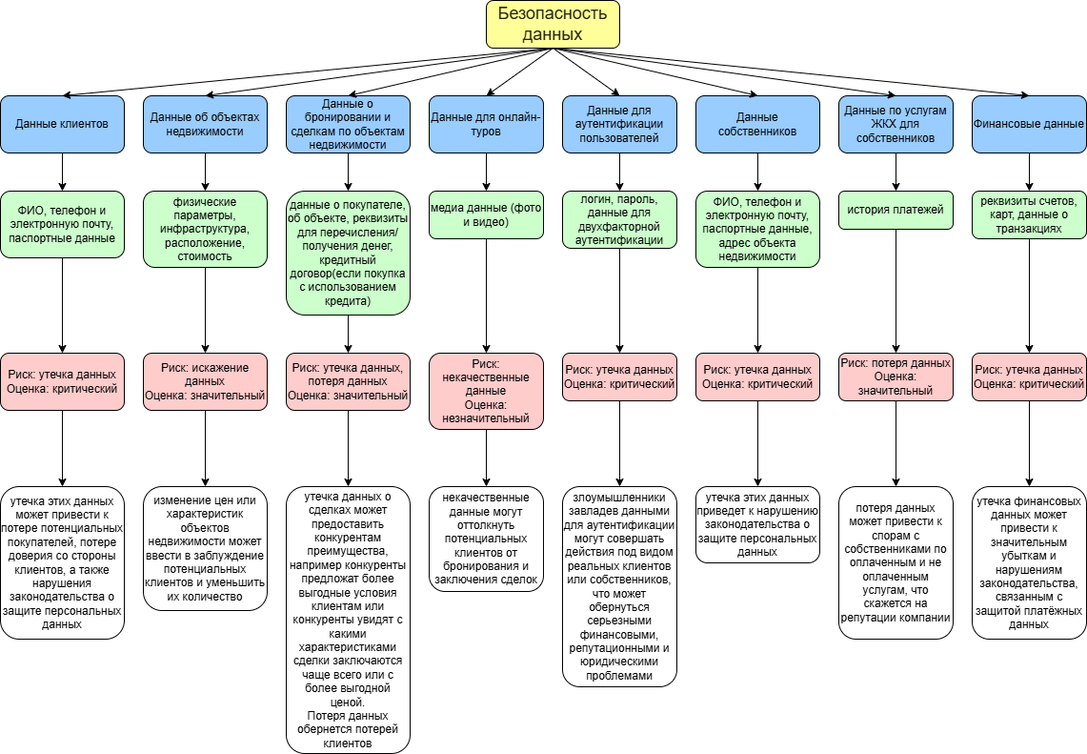
kihana/architecture-propdevelopment keeps this draw.io diagram as Task1/sprint7_task1.png. Above is the earlier version. Source tidied: cells renumbered, new cells last; positions are measured from the earlier drawing's top-left corner, leaving out a move shared by most shapes.
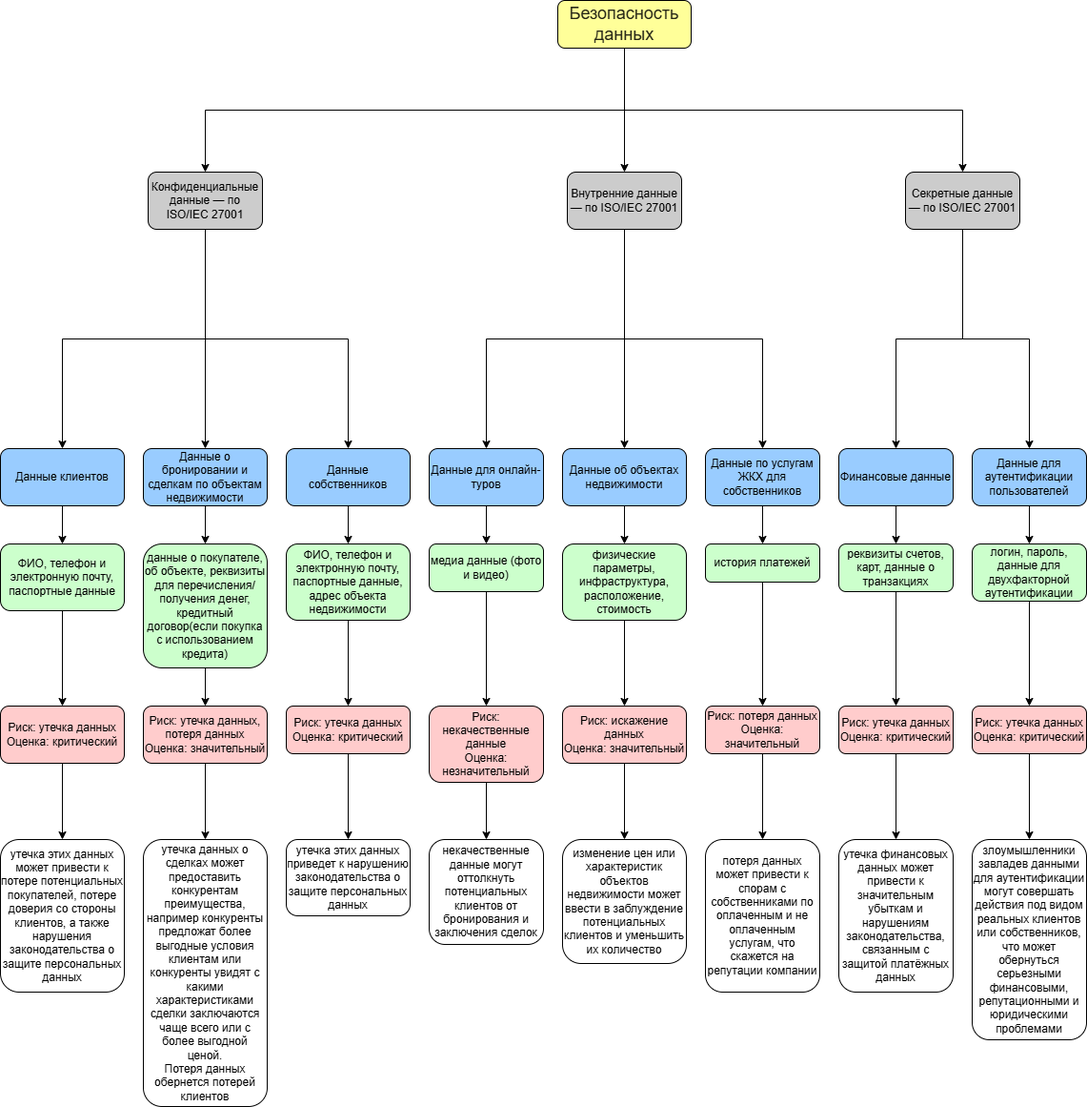
After the commit.

The edit, as a diff of the source:
```diff
@@ -4,53 +4,38 @@
     <mxCell id="1" parent="0" />
+    <mxCell id="67" style="edgeStyle=orthogonalEdgeStyle;rounded=0;jettySize=auto;html=1;exitX=0.5;exitY=1;exitDx=0;exitDy=0;entryX=0.5;entryY=0;entryDx=0;entryDy=0;" parent="1" edge="1" source="2" target="73">
+      <mxGeometry relative="1" as="geometry" />
+    </mxCell>
+    <mxCell id="68" style="edgeStyle=orthogonalEdgeStyle;rounded=0;jettySize=auto;html=1;exitX=0.5;exitY=1;exitDx=0;exitDy=0;entryX=0.5;entryY=0;entryDx=0;entryDy=0;" parent="1" edge="1" source="2" target="77">
+      <mxGeometry relative="1" as="geometry" />
+    </mxCell>
+    <mxCell id="69" style="edgeStyle=orthogonalEdgeStyle;rounded=0;jettySize=auto;html=1;exitX=0.5;exitY=1;exitDx=0;exitDy=0;entryX=0.5;entryY=0;entryDx=0;entryDy=0;" parent="1" edge="1" source="2" target="80">
+      <mxGeometry relative="1" as="geometry" />
+    </mxCell>
     <mxCell id="2" value="&lt;span style=&quot;color: rgba(0, 0, 0, 0.85); font-family: &amp;quot;YS Text&amp;quot;, sans-serif; font-size: 18px; text-align: start; white-space-collapse: preserve;&quot;&gt;Безопасность данных&lt;/span&gt;" style="rounded=1;whiteSpace=wrap;html=1;fillColor=#FFFF99;" parent="1" vertex="1">
-      <mxGeometry x="510" width="140" height="50" as="geometry" />
+      <mxGeometry x="605" width="140" height="50" as="geometry" />
     </mxCell>
     <mxCell id="3" value="Данные клиентов" style="rounded=1;whiteSpace=wrap;html=1;fillColor=#99CCFF;" parent="1" vertex="1">
-      <mxGeometry y="100" width="130" height="60" as="geometry" />
+      <mxGeometry x="20" y="470" width="130" height="60" as="geometry" />
     </mxCell>
     <mxCell id="4" value="Данные об объектах недвижимости" style="rounded=1;whiteSpace=wrap;html=1;fillColor=#99CCFF;" parent="1" vertex="1">
-      <mxGeometry x="150" y="100" width="130" height="60" as="geometry" />
+      <mxGeometry x="610" y="470" width="130" height="60" as="geometry" />
     </mxCell>
     <mxCell id="5" value="Данные о бронировании и сделкам по объектам недвижимости" style="rounded=1;whiteSpace=wrap;html=1;fillColor=#99CCFF;" parent="1" vertex="1">
-      <mxGeometry x="300" y="100" width="130" height="60" as="geometry" />
+      <mxGeometry x="170" y="470" width="130" height="60" as="geometry" />
     </mxCell>
     <mxCell id="6" value="Данные для онлайн-туров" style="rounded=1;whiteSpace=wrap;html=1;fillColor=#99CCFF;" parent="1" vertex="1">
-      <mxGeometry x="450" y="100" width="120" height="60" as="geometry" />
+      <mxGeometry x="470" y="470" width="120" height="60" as="geometry" />
     </mxCell>
     <mxCell id="7" value="Данные для аутентификации пользователей" style="rounded=1;whiteSpace=wrap;html=1;fillColor=#99CCFF;" parent="1" vertex="1">
-      <mxGeometry x="590" y="100" width="120" height="60" as="geometry" />
+      <mxGeometry x="1040" y="470" width="120" height="60" as="geometry" />
     </mxCell>
     <mxCell id="8" value="Данные по услугам ЖКХ для собственников" style="rounded=1;whiteSpace=wrap;html=1;fillColor=#99CCFF;" parent="1" vertex="1">
-      <mxGeometry x="880" y="100" width="120" height="60" as="geometry" />
+      <mxGeometry x="760" y="470" width="120" height="60" as="geometry" />
     </mxCell>
     <mxCell id="9" value="Финансовые данные" style="rounded=1;whiteSpace=wrap;html=1;fillColor=#99CCFF;" parent="1" vertex="1">
-      <mxGeometry x="1020" y="100" width="120" height="60" as="geometry" />
+      <mxGeometry x="900" y="470" width="120" height="60" as="geometry" />
     </mxCell>
-    <mxCell id="10" style="endArrow=classic;html=1;rounded=0;exitX=0.5;exitY=1;exitDx=0;exitDy=0;entryX=0.5;entryY=0;entryDx=0;entryDy=0;" parent="1" edge="1" source="2" target="3">
-      <mxGeometry relative="1" as="geometry" />
-    </mxCell>
-    <mxCell id="11" style="endArrow=classic;html=1;rounded=0;exitX=0.5;exitY=1;exitDx=0;exitDy=0;entryX=0.5;entryY=0;entryDx=0;entryDy=0;" parent="1" edge="1" source="2" target="4">
-      <mxGeometry relative="1" as="geometry" />
-    </mxCell>
-    <mxCell id="12" style="endArrow=classic;html=1;rounded=0;exitX=0.5;exitY=1;exitDx=0;exitDy=0;entryX=0.5;entryY=0;entryDx=0;entryDy=0;" parent="1" edge="1" source="2" target="5">
-      <mxGeometry relative="1" as="geometry" />
-    </mxCell>
-    <mxCell id="13" style="endArrow=classic;html=1;rounded=0;exitX=0.5;exitY=1;exitDx=0;exitDy=0;entryX=0.5;entryY=0;entryDx=0;entryDy=0;" parent="1" edge="1" source="2" target="6">
-      <mxGeometry relative="1" as="geometry" />
-    </mxCell>
-    <mxCell id="14" style="endArrow=classic;html=1;rounded=0;exitX=0.5;exitY=1;exitDx=0;exitDy=0;entryX=0.5;entryY=0;entryDx=0;entryDy=0;" parent="1" edge="1" source="2" target="7">
-      <mxGeometry relative="1" as="geometry" />
-    </mxCell>
-    <mxCell id="15" style="endArrow=classic;html=1;rounded=0;exitX=0.5;exitY=1;exitDx=0;exitDy=0;entryX=0.5;entryY=0;entryDx=0;entryDy=0;" parent="1" edge="1" source="2" target="8">
-      <mxGeometry relative="1" as="geometry" />
-    </mxCell>
-    <mxCell id="16" style="endArrow=classic;html=1;rounded=0;exitX=0.5;exitY=1;exitDx=0;exitDy=0;entryX=0.5;entryY=0;entryDx=0;entryDy=0;" parent="1" edge="1" source="2" target="9">
-      <mxGeometry relative="1" as="geometry" />
-    </mxCell>
     <mxCell id="17" value="Данные собственников" style="rounded=1;whiteSpace=wrap;html=1;fillColor=#99CCFF;" parent="1" vertex="1">
-      <mxGeometry x="730" y="100" width="130" height="60" as="geometry" />
+      <mxGeometry x="320" y="470" width="130" height="60" as="geometry" />
     </mxCell>
-    <mxCell id="18" style="endArrow=classic;html=1;rounded=0;exitX=0.5;exitY=1;exitDx=0;exitDy=0;entryX=0.5;entryY=0;entryDx=0;entryDy=0;" parent="1" edge="1" source="2" target="17">
-      <mxGeometry relative="1" as="geometry" />
-    </mxCell>
     <mxCell id="19" style="endArrow=classic;html=1;rounded=0;exitX=0.5;exitY=1;exitDx=0;exitDy=0;" parent="1" edge="1" source="3" target="20">
@@ -59,24 +44,24 @@
     <mxCell id="20" value="ФИО, телефон и электронную почту, паспортные данные" style="rounded=1;whiteSpace=wrap;html=1;fillColor=#CCFFCC;" parent="1" vertex="1">
-      <mxGeometry y="200" width="130" height="70" as="geometry" />
+      <mxGeometry x="20" y="570" width="130" height="70" as="geometry" />
     </mxCell>
     <mxCell id="21" value="физические параметры, инфраструктура, расположение, стоимость" style="rounded=1;whiteSpace=wrap;html=1;fillColor=#CCFFCC;" parent="1" vertex="1">
-      <mxGeometry x="150" y="200" width="130" height="80" as="geometry" />
+      <mxGeometry x="610" y="570" width="130" height="80" as="geometry" />
     </mxCell>
     <mxCell id="22" value="данные о покупателе, об объекте, реквизиты для перечисления/получения денег, кредитный договор(если покупка с использованием кредита)" style="rounded=1;whiteSpace=wrap;html=1;fillColor=#CCFFCC;" parent="1" vertex="1">
-      <mxGeometry x="300" y="200" width="130" height="130" as="geometry" />
+      <mxGeometry x="170" y="570" width="130" height="130" as="geometry" />
     </mxCell>
     <mxCell id="23" value="медиа данные (фото и видео)" style="rounded=1;whiteSpace=wrap;html=1;fillColor=#CCFFCC;" parent="1" vertex="1">
-      <mxGeometry x="450" y="200" width="120" height="50" as="geometry" />
+      <mxGeometry x="470" y="570" width="120" height="50" as="geometry" />
     </mxCell>
     <mxCell id="24" value="логин, пароль, данные для двухфакторной аутентификации" style="rounded=1;whiteSpace=wrap;html=1;fillColor=#CCFFCC;" parent="1" vertex="1">
-      <mxGeometry x="590" y="200" width="120" height="60" as="geometry" />
+      <mxGeometry x="1040" y="570" width="120" height="60" as="geometry" />
     </mxCell>
     <mxCell id="25" value="ФИО, телефон и электронную почту, паспортные данные, адрес объекта недвижимости" style="rounded=1;whiteSpace=wrap;html=1;fillColor=#CCFFCC;" parent="1" vertex="1">
-      <mxGeometry x="730" y="200" width="130" height="80" as="geometry" />
+      <mxGeometry x="320" y="570" width="130" height="80" as="geometry" />
     </mxCell>
     <mxCell id="26" value="история платежей" style="rounded=1;whiteSpace=wrap;html=1;fillColor=#CCFFCC;" parent="1" vertex="1">
-      <mxGeometry x="880" y="200" width="120" height="40" as="geometry" />
+      <mxGeometry x="760" y="570" width="120" height="40" as="geometry" />
     </mxCell>
     <mxCell id="27" value="реквизиты счетов, карт, данные о транзакциях" style="rounded=1;whiteSpace=wrap;html=1;fillColor=#CCFFCC;" parent="1" vertex="1">
-      <mxGeometry x="1020" y="200" width="120" height="50" as="geometry" />
+      <mxGeometry x="900" y="570" width="120" height="50" as="geometry" />
     </mxCell>
@@ -107,3 +92,3 @@
     <mxCell id="36" value="Риск: утечка данных&lt;div&gt;Оценка: критический&lt;/div&gt;" style="rounded=1;whiteSpace=wrap;html=1;fillColor=#FFCCCC;" parent="1" vertex="1">
-      <mxGeometry y="370" width="130" height="60" as="geometry" />
+      <mxGeometry x="20" y="740" width="130" height="60" as="geometry" />
     </mxCell>
@@ -113,3 +98,3 @@
     <mxCell id="38" value="Риск: искажение данных&lt;div&gt;Оценка: значительный&lt;/div&gt;" style="rounded=1;whiteSpace=wrap;html=1;fillColor=#FFCCCC;" parent="1" vertex="1">
-      <mxGeometry x="150" y="370" width="130" height="60" as="geometry" />
+      <mxGeometry x="610" y="740" width="130" height="60" as="geometry" />
     </mxCell>
@@ -119,3 +104,3 @@
     <mxCell id="40" value="Риск: утечка данных, потеря данных&lt;div&gt;Оценка: значительный&lt;/div&gt;" style="rounded=1;whiteSpace=wrap;html=1;fillColor=#FFCCCC;" parent="1" vertex="1">
-      <mxGeometry x="300" y="370" width="130" height="60" as="geometry" />
+      <mxGeometry x="170" y="740" width="130" height="60" as="geometry" />
     </mxCell>
@@ -125,3 +110,3 @@
     <mxCell id="42" value="Риск: некачественные данные&lt;div&gt;Оценка: незначительный&lt;/div&gt;" style="rounded=1;whiteSpace=wrap;html=1;fillColor=#FFCCCC;" parent="1" vertex="1">
-      <mxGeometry x="450" y="370" width="120" height="80" as="geometry" />
+      <mxGeometry x="470" y="740" width="120" height="80" as="geometry" />
     </mxCell>
@@ -131,3 +116,3 @@
     <mxCell id="44" value="Риск: утечка данных&lt;div&gt;Оценка: критический&lt;/div&gt;" style="rounded=1;whiteSpace=wrap;html=1;fillColor=#FFCCCC;" parent="1" vertex="1">
-      <mxGeometry x="590" y="370" width="120" height="50" as="geometry" />
+      <mxGeometry x="1040" y="740" width="120" height="50" as="geometry" />
     </mxCell>
@@ -137,3 +122,3 @@
     <mxCell id="46" value="Риск: утечка данных&lt;div&gt;Оценка: критический&lt;/div&gt;" style="rounded=1;whiteSpace=wrap;html=1;fillColor=#FFCCCC;" parent="1" vertex="1">
-      <mxGeometry x="730" y="370" width="130" height="50" as="geometry" />
+      <mxGeometry x="320" y="740" width="130" height="50" as="geometry" />
     </mxCell>
@@ -143,3 +128,3 @@
     <mxCell id="48" value="Риск: потеря данных&lt;div&gt;Оценка: значительный&lt;/div&gt;" style="rounded=1;whiteSpace=wrap;html=1;fillColor=#FFCCCC;" parent="1" vertex="1">
-      <mxGeometry x="880" y="370" width="120" height="50" as="geometry" />
+      <mxGeometry x="760" y="740" width="120" height="50" as="geometry" />
     </mxCell>
@@ -149,3 +134,3 @@
     <mxCell id="50" value="Риск: утечка данных&lt;div&gt;Оценка: критический&lt;/div&gt;" style="rounded=1;whiteSpace=wrap;html=1;fillColor=#FFCCCC;" parent="1" vertex="1">
-      <mxGeometry x="1020" y="370" width="120" height="50" as="geometry" />
+      <mxGeometry x="900" y="740" width="120" height="50" as="geometry" />
     </mxCell>
@@ -176,25 +161,58 @@
     <mxCell id="59" value="утечка этих данных может привести к потере потенциальных покупателей, потере доверия со стороны клиентов, а также нарушения законодательства о защите персональных данных" style="rounded=1;whiteSpace=wrap;html=1;" parent="1" vertex="1">
-      <mxGeometry y="510" width="130" height="160" as="geometry" />
+      <mxGeometry x="20" y="880" width="130" height="160" as="geometry" />
     </mxCell>
     <mxCell id="60" value="изменение цен или характеристик объектов недвижимости может ввести в заблуждение потенциальных клиентов и уменьшить их количество" style="rounded=1;whiteSpace=wrap;html=1;" parent="1" vertex="1">
-      <mxGeometry x="150" y="510" width="130" height="130" as="geometry" />
+      <mxGeometry x="610" y="880" width="130" height="130" as="geometry" />
     </mxCell>
     <mxCell id="61" value="утечка данных о сделках может предоставить конкурентам преимущества, например конкуренты предложат более выгодные условия клиентам или конкуренты увидят с какими характеристиками сделки заключаются чаще всего или с более выгодной ценой.&lt;div&gt;Потеря данных обернется потерей клиентов&lt;/div&gt;" style="rounded=1;whiteSpace=wrap;html=1;" parent="1" vertex="1">
-      <mxGeometry x="300" y="510" width="130" height="280" as="geometry" />
+      <mxGeometry x="170" y="880" width="130" height="280" as="geometry" />
     </mxCell>
     <mxCell id="62" value="некачественные данные могут оттолкнуть потенциальных клиентов от бронирования и заключения сделок" style="rounded=1;whiteSpace=wrap;html=1;" parent="1" vertex="1">
-      <mxGeometry x="450" y="510" width="120" height="110" as="geometry" />
+      <mxGeometry x="470" y="880" width="120" height="110" as="geometry" />
     </mxCell>
     <mxCell id="63" value="злоумышленники завладев данными для аутентификации могут совершать действия под видом реальных клиентов или собственников, что может обернуться серьезными финансовыми, репутационными и юридическими проблемами" style="rounded=1;whiteSpace=wrap;html=1;" parent="1" vertex="1">
-      <mxGeometry x="590" y="510" width="120" height="210" as="geometry" />
+      <mxGeometry x="1040" y="880" width="120" height="210" as="geometry" />
     </mxCell>
     <mxCell id="64" value="утечка этих данных приведет к нарушению законодательства о защите персональных данных" style="rounded=1;whiteSpace=wrap;html=1;" parent="1" vertex="1">
-      <mxGeometry x="730" y="510" width="130" height="80" as="geometry" />
+      <mxGeometry x="320" y="880" width="130" height="80" as="geometry" />
     </mxCell>
     <mxCell id="65" value="потеря данных может привести к спорам с собственниками по оплаченным и не оплаченным услугам, что скажется на репутации компании" style="rounded=1;whiteSpace=wrap;html=1;" parent="1" vertex="1">
-      <mxGeometry x="880" y="510" width="120" height="160" as="geometry" />
+      <mxGeometry x="760" y="880" width="120" height="160" as="geometry" />
     </mxCell>
     <mxCell id="66" value="утечка финансовых данных может привести к значительным убыткам и нарушениям законодательства, связанным с защитой платёжных данных" style="rounded=1;whiteSpace=wrap;html=1;" parent="1" vertex="1">
-      <mxGeometry x="1020" y="510" width="120" height="160" as="geometry" />
+      <mxGeometry x="900" y="880" width="120" height="160" as="geometry" />
     </mxCell>
+    <mxCell id="70" style="edgeStyle=orthogonalEdgeStyle;rounded=0;jettySize=auto;html=1;exitX=0.5;exitY=1;exitDx=0;exitDy=0;entryX=0.5;entryY=0;entryDx=0;entryDy=0;" parent="1" edge="1" source="73" target="3">
+      <mxGeometry relative="1" as="geometry" />
+    </mxCell>
+    <mxCell id="71" style="edgeStyle=orthogonalEdgeStyle;rounded=0;jettySize=auto;html=1;exitX=0.5;exitY=1;exitDx=0;exitDy=0;entryX=0.5;entryY=0;entryDx=0;entryDy=0;" parent="1" edge="1" source="73" target="5">
+      <mxGeometry relative="1" as="geometry" />
+    </mxCell>
+    <mxCell id="72" style="edgeStyle=orthogonalEdgeStyle;rounded=0;jettySize=auto;html=1;exitX=0.5;exitY=1;exitDx=0;exitDy=0;entryX=0.5;entryY=0;entryDx=0;entryDy=0;" parent="1" edge="1" source="73" target="17">
+      <mxGeometry relative="1" as="geometry" />
+    </mxCell>
+    <mxCell id="73" value="Конфиденциальные данные — по ISO/IEC 27001" style="rounded=1;whiteSpace=wrap;html=1;fillColor=#CCCCCC;" parent="1" vertex="1">
+      <mxGeometry x="175" y="180" width="120" height="60" as="geometry" />
+    </mxCell>
+    <mxCell id="74" style="edgeStyle=orthogonalEdgeStyle;rounded=0;jettySize=auto;html=1;exitX=0.5;exitY=1;exitDx=0;exitDy=0;entryX=0.5;entryY=0;entryDx=0;entryDy=0;" parent="1" edge="1" source="77" target="6">
+      <mxGeometry relative="1" as="geometry" />
+    </mxCell>
+    <mxCell id="75" style="edgeStyle=orthogonalEdgeStyle;rounded=0;jettySize=auto;html=1;exitX=0.5;exitY=1;exitDx=0;exitDy=0;entryX=0.5;entryY=0;entryDx=0;entryDy=0;" parent="1" edge="1" source="77" target="4">
+      <mxGeometry relative="1" as="geometry" />
+    </mxCell>
+    <mxCell id="76" style="edgeStyle=orthogonalEdgeStyle;rounded=0;jettySize=auto;html=1;exitX=0.5;exitY=1;exitDx=0;exitDy=0;entryX=0.5;entryY=0;entryDx=0;entryDy=0;" parent="1" edge="1" source="77" target="8">
+      <mxGeometry relative="1" as="geometry" />
+    </mxCell>
+    <mxCell id="77" value="Внутренние данные — по ISO/IEC 27001" style="rounded=1;whiteSpace=wrap;html=1;fillColor=#CCCCCC;" parent="1" vertex="1">
+      <mxGeometry x="615" y="180" width="120" height="60" as="geometry" />
+    </mxCell>
+    <mxCell id="78" style="edgeStyle=orthogonalEdgeStyle;rounded=0;jettySize=auto;html=1;exitX=0.5;exitY=1;exitDx=0;exitDy=0;entryX=0.5;entryY=0;entryDx=0;entryDy=0;" parent="1" edge="1" source="80" target="9">
+      <mxGeometry relative="1" as="geometry" />
+    </mxCell>
+    <mxCell id="79" style="edgeStyle=orthogonalEdgeStyle;rounded=0;jettySize=auto;html=1;exitX=0.5;exitY=1;exitDx=0;exitDy=0;entryX=0.5;entryY=0;entryDx=0;entryDy=0;" parent="1" edge="1" source="80" target="7">
+      <mxGeometry relative="1" as="geometry" />
+    </mxCell>
+    <mxCell id="80" value="Секретные данные — по ISO/IEC 27001" style="rounded=1;whiteSpace=wrap;html=1;fillColor=#CCCCCC;" parent="1" vertex="1">
+      <mxGeometry x="970" y="180" width="120" height="60" as="geometry" />
+    </mxCell>
   </root>
```
